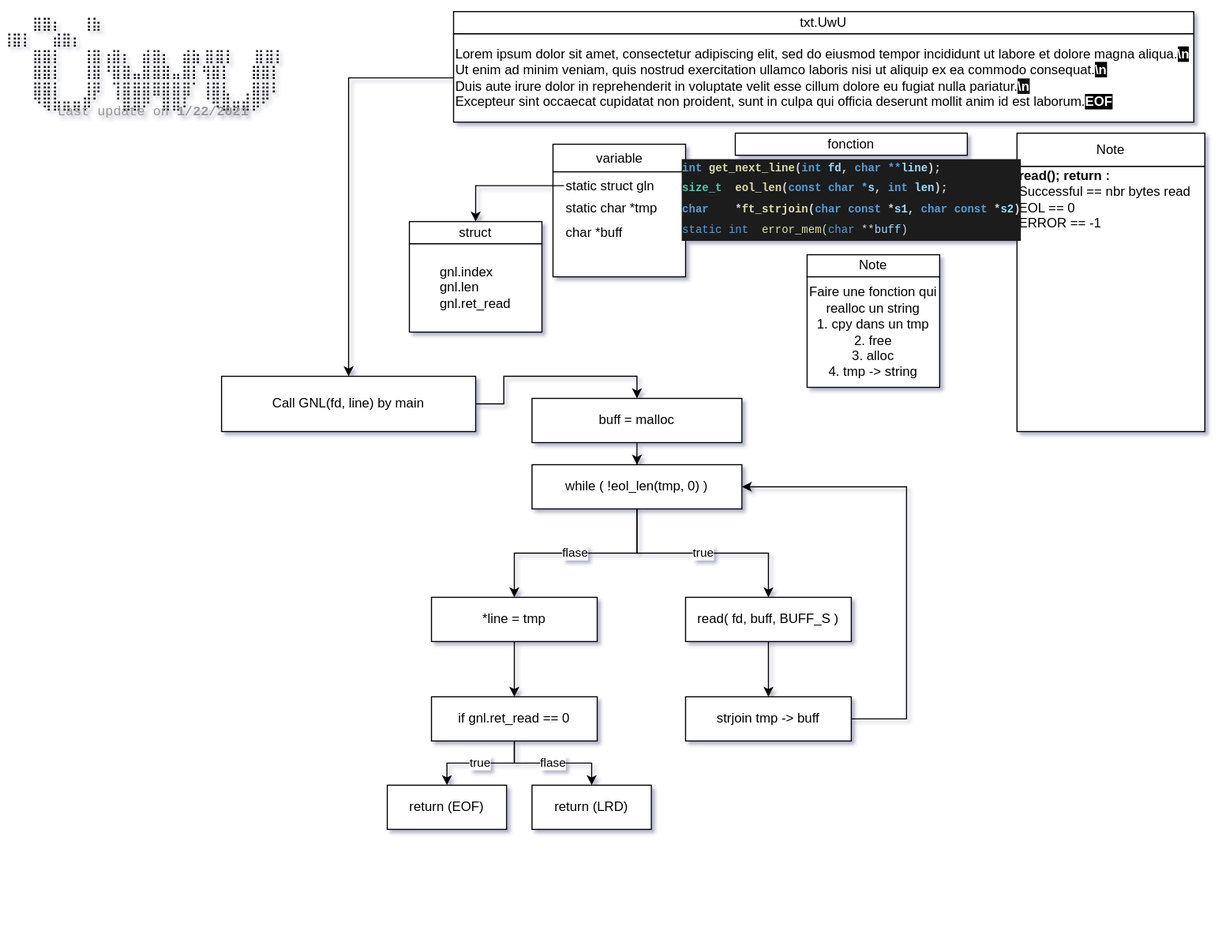
Above: _src/plan.svg in Matthew-Dreemurr/42_get_next_line (draw.io), before the change. Source tidied: cells renumbered, new cells last; positions are measured from the earlier drawing's top-left corner, leaving out a move shared by most shapes.
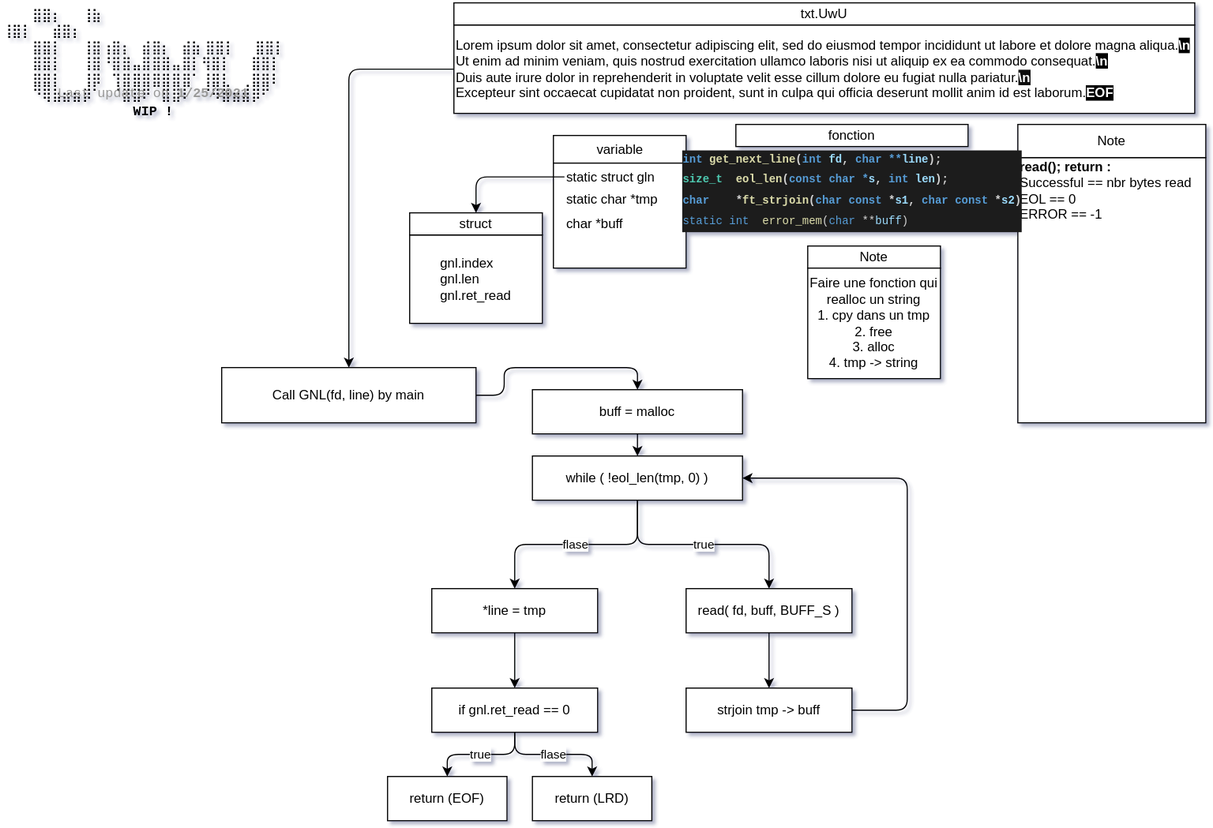
After the change.

Diff of the diagram source:
```diff
@@ -5,13 +5,13 @@
     <mxCell id="2" style="whiteSpace=wrap;html=1;" parent="1" vertex="1">
       <mxGeometry x="500" y="122" width="120" height="25" as="geometry" />
     </mxCell>
-    <mxCell id="3" value="&lt;div style=&quot;text-align: left&quot;&gt;&lt;span&gt;gnl.index&lt;/span&gt;&lt;/div&gt;&lt;div style=&quot;text-align: left&quot;&gt;&lt;span&gt;gnl.&lt;/span&gt;&lt;span&gt;len&lt;/span&gt;&lt;/div&gt;&lt;div style=&quot;text-align: left&quot;&gt;&lt;span&gt;gnl.ret_read&lt;/span&gt;&lt;/div&gt;" style="rounded=0;whiteSpace=wrap;html=1;" parent="1" vertex="1">
+    <mxCell id="3" value="&lt;div style=&quot;text-align: left&quot;&gt;&lt;span&gt;gnl.index&lt;/span&gt;&lt;/div&gt;&lt;div style=&quot;text-align: left&quot;&gt;&lt;span&gt;gnl.&lt;/span&gt;&lt;span&gt;len&lt;/span&gt;&lt;/div&gt;&lt;div style=&quot;text-align: left&quot;&gt;&lt;span&gt;gnl.ret_read&lt;/span&gt;&lt;/div&gt;" style="whiteSpace=wrap;html=1;" parent="1" vertex="1">
       <mxGeometry x="370" y="212" width="120" height="80" as="geometry" />
     </mxCell>
-    <mxCell id="4" value="struct" style="rounded=0;whiteSpace=wrap;html=1;" parent="1" vertex="1">
+    <mxCell id="4" value="struct" style="whiteSpace=wrap;html=1;" parent="1" vertex="1">
       <mxGeometry x="370" y="192" width="120" height="20" as="geometry" />
     </mxCell>
-    <mxCell id="5" style="edgeStyle=orthogonalEdgeStyle;rounded=0;jettySize=auto;html=1;entryX=0.5;entryY=0;entryDx=0;entryDy=0;" parent="1" edge="1" source="6" target="26">
+    <mxCell id="5" style="edgeStyle=orthogonalEdgeStyle;jettySize=auto;html=1;entryX=0.5;entryY=0;entryDx=0;entryDy=0;" parent="1" edge="1" source="6" target="26">
       <mxGeometry relative="1" as="geometry" />
     </mxCell>
     <mxCell id="6" value="Call GNL(fd, line) by main" style="whiteSpace=wrap;html=1;" parent="1" vertex="1">
@@ -23,13 +23,13 @@
     <mxCell id="8" value="variable" style="text;html=1;align=center;verticalAlign=middle;" parent="1" vertex="1">
       <mxGeometry x="530" y="124.5" width="60" height="20" as="geometry" />
     </mxCell>
-    <mxCell id="9" style="edgeStyle=orthogonalEdgeStyle;rounded=0;jettySize=auto;html=1;entryX=0.5;entryY=0;entryDx=0;entryDy=0;" parent="1" edge="1" source="10" target="4">
+    <mxCell id="9" style="edgeStyle=orthogonalEdgeStyle;jettySize=auto;html=1;entryX=0.5;entryY=0;entryDx=0;entryDy=0;" parent="1" edge="1" source="10" target="4">
       <mxGeometry relative="1" as="geometry" />
     </mxCell>
     <mxCell id="10" value="&lt;div&gt;&lt;span&gt;static struct&amp;nbsp;&lt;/span&gt;&lt;span&gt;gln&lt;/span&gt;&lt;/div&gt;" style="text;html=1;align=left;verticalAlign=middle;points=[];" parent="1" vertex="1">
       <mxGeometry x="510" y="149.5" width="100" height="20" as="geometry" />
     </mxCell>
-    <mxCell id="11" style="edgeStyle=orthogonalEdgeStyle;rounded=0;jettySize=auto;html=1;exitX=0;exitY=0.5;exitDx=0;exitDy=0;entryX=0.5;entryY=0;entryDx=0;entryDy=0;" parent="1" edge="1" source="12" target="6">
+    <mxCell id="11" style="edgeStyle=orthogonalEdgeStyle;jettySize=auto;html=1;exitX=0;exitY=0.5;exitDx=0;exitDy=0;entryX=0.5;entryY=0;entryDx=0;entryDy=0;" parent="1" edge="1" source="12" target="6">
       <mxGeometry relative="1" as="geometry">
         <Array as="points">
           <mxPoint x="315" y="62" />
@@ -48,8 +48,8 @@
     <mxCell id="15" value="&lt;div&gt;&lt;span&gt;⠀⠀⠀⣿⣿⡆⠀⠀⢸⣷⠀⠀⠀⠀⠀⠀⠀⠀⠀⠀⠀ ⢸⣿⡇⠀⠀⣾⣿⡆⠀&lt;/span&gt;&lt;br&gt;&lt;/div&gt;&lt;div&gt;⠀⠀⠀⣿⣿⡇⠀⠀⢸⣿⢰⣿⡆⠀⣾⣿⡆⠀⣾⣷ ⣿⣿⡇⠀⠀⣿⣿⡇⠀&lt;/div&gt;&lt;div&gt;⠀⠀⠀⣿⣿⡇⠀⠀⢸⣿⠘⣿⣿⣤⣿⣿⣿⣤⣿⡇⢻⣿⡇⠀⠀⣿⣿⡇⠀&lt;/div&gt;&lt;div&gt;⠀⠀⠀⣿⣿⡇⠀⠀⢸⡿⠀⢹⣿⣿⣿⣿⣿⣿⣿⠁⢸⣿⣇⠀⢀⣿⣿⠇⠀&lt;/div&gt;&lt;div&gt;⠀⠀⠀⠙⢿⣷⣶⣶⡿⠁⠀⠈⣿⣿⠟⠀⣿⣿⠇⠀⠈⠻⣿⣶⣾⡿⠋⠀⠀&lt;/div&gt;" style="text;whiteSpace=wrap;html=1;" parent="1" vertex="1">
       <mxGeometry width="269" height="102" as="geometry" />
     </mxCell>
-    <mxCell id="16" value="&lt;span id=&quot;docs-internal-guid-1e38e52b-7fff-8f5c-a573-f6f7557a37ae&quot;&gt;&lt;span style=&quot;font-size: 9pt ; font-family: &amp;#34;source code pro&amp;#34; , monospace ; color: rgb(153 , 153 , 153) ; background-color: transparent ; vertical-align: baseline&quot;&gt;Last update on &lt;b&gt;1&lt;/b&gt;&lt;/span&gt;&lt;span style=&quot;font-size: 9pt ; font-family: &amp;#34;source code pro&amp;#34; , monospace ; color: rgb(153 , 153 , 153) ; background-color: transparent ; font-weight: 700 ; vertical-align: baseline&quot;&gt;/22/2021&lt;/span&gt;&lt;/span&gt;" style="text;html=1;align=left;verticalAlign=middle;" parent="1" vertex="1">
-      <mxGeometry x="49.5" y="82" width="170" height="20" as="geometry" />
+    <mxCell id="16" value="&lt;span id=&quot;docs-internal-guid-1e38e52b-7fff-8f5c-a573-f6f7557a37ae&quot;&gt;&lt;span style=&quot;font-size: 9pt ; font-family: &amp;#34;source code pro&amp;#34; , monospace ; color: rgb(153 , 153 , 153) ; background-color: transparent ; vertical-align: baseline&quot;&gt;Last update on &lt;b&gt;1&lt;/b&gt;&lt;/span&gt;&lt;span style=&quot;background-color: transparent ; vertical-align: baseline&quot;&gt;&lt;font color=&quot;#999999&quot; face=&quot;source code pro, monospace&quot;&gt;&lt;span style=&quot;font-size: 9pt&quot;&gt;&lt;b&gt;/25/2021&lt;/b&gt;&lt;/span&gt;&lt;/font&gt;&lt;br&gt;&lt;div style=&quot;text-align: center&quot;&gt;&lt;font face=&quot;source code pro, monospace&quot;&gt;&lt;b&gt;WIP !&lt;/b&gt;&lt;/font&gt;&lt;/div&gt;&lt;/span&gt;&lt;/span&gt;" style="text;html=1;align=left;verticalAlign=middle;" parent="1" vertex="1">
+      <mxGeometry x="49.5" y="77" width="170" height="30" as="geometry" />
     </mxCell>
     <mxCell id="17" style="whiteSpace=wrap;html=1;" parent="1" vertex="1">
       <mxGeometry x="920" y="142" width="170" height="240" as="geometry" />
@@ -75,31 +75,31 @@
     <mxCell id="24" value="Faire une fonction qui realloc un string&lt;br&gt;1. cpy dans un tmp&lt;br&gt;2. free&lt;br&gt;3. alloc&lt;br&gt;4. tmp -&amp;gt; string&lt;br&gt;" style="whiteSpace=wrap;html=1;" parent="1" vertex="1">
       <mxGeometry x="730" y="242" width="120" height="100" as="geometry" />
     </mxCell>
-    <mxCell id="25" style="edgeStyle=orthogonalEdgeStyle;rounded=0;jettySize=auto;html=1;entryX=0.5;entryY=0;entryDx=0;entryDy=0;" parent="1" edge="1" source="26" target="29">
+    <mxCell id="25" style="edgeStyle=orthogonalEdgeStyle;jettySize=auto;html=1;entryX=0.5;entryY=0;entryDx=0;entryDy=0;" parent="1" edge="1" source="26" target="29">
       <mxGeometry relative="1" as="geometry" />
     </mxCell>
     <mxCell id="26" value="buff = malloc" style="whiteSpace=wrap;html=1;" parent="1" vertex="1">
       <mxGeometry x="481" y="352" width="190" height="40" as="geometry" />
     </mxCell>
-    <mxCell id="27" value="flase" style="edgeStyle=orthogonalEdgeStyle;rounded=0;jettySize=auto;html=1;entryX=0.5;entryY=0;entryDx=0;entryDy=0;" parent="1" edge="1" source="29" target="31">
+    <mxCell id="27" value="flase" style="edgeStyle=orthogonalEdgeStyle;jettySize=auto;html=1;entryX=0.5;entryY=0;entryDx=0;entryDy=0;" parent="1" edge="1" source="29" target="31">
       <mxGeometry relative="1" as="geometry" />
     </mxCell>
-    <mxCell id="28" value="true" style="edgeStyle=orthogonalEdgeStyle;rounded=0;jettySize=auto;html=1;" parent="1" edge="1" source="29" target="38">
+    <mxCell id="28" value="true" style="edgeStyle=orthogonalEdgeStyle;jettySize=auto;html=1;" parent="1" edge="1" source="29" target="38">
       <mxGeometry relative="1" as="geometry" />
     </mxCell>
     <mxCell id="29" value="while ( !eol_len(tmp, 0) )" style="whiteSpace=wrap;html=1;" parent="1" vertex="1">
       <mxGeometry x="481" y="412" width="190" height="40" as="geometry" />
     </mxCell>
-    <mxCell id="30" style="edgeStyle=orthogonalEdgeStyle;rounded=0;jettySize=auto;html=1;entryX=0.5;entryY=0;entryDx=0;entryDy=0;" parent="1" edge="1" source="31" target="34">
+    <mxCell id="30" style="edgeStyle=orthogonalEdgeStyle;jettySize=auto;html=1;entryX=0.5;entryY=0;entryDx=0;entryDy=0;" parent="1" edge="1" source="31" target="34">
       <mxGeometry relative="1" as="geometry" />
     </mxCell>
     <mxCell id="31" value="*line = tmp" style="whiteSpace=wrap;html=1;" parent="1" vertex="1">
       <mxGeometry x="390" y="532" width="150" height="40" as="geometry" />
     </mxCell>
-    <mxCell id="32" value="true" style="edgeStyle=orthogonalEdgeStyle;rounded=0;jettySize=auto;html=1;exitX=0.5;exitY=1;exitDx=0;exitDy=0;entryX=0.5;entryY=0;entryDx=0;entryDy=0;" parent="1" edge="1" source="34" target="35">
+    <mxCell id="32" value="true" style="edgeStyle=orthogonalEdgeStyle;jettySize=auto;html=1;exitX=0.5;exitY=1;exitDx=0;exitDy=0;entryX=0.5;entryY=0;entryDx=0;entryDy=0;" parent="1" edge="1" source="34" target="35">
       <mxGeometry relative="1" as="geometry" />
     </mxCell>
-    <mxCell id="33" value="flase" style="edgeStyle=orthogonalEdgeStyle;rounded=0;jettySize=auto;html=1;" parent="1" edge="1" source="34" target="36">
+    <mxCell id="33" value="flase" style="edgeStyle=orthogonalEdgeStyle;jettySize=auto;html=1;" parent="1" edge="1" source="34" target="36">
       <mxGeometry relative="1" as="geometry" />
     </mxCell>
     <mxCell id="34" value="if gnl.ret_read == 0" style="whiteSpace=wrap;html=1;" parent="1" vertex="1">
@@ -111,13 +111,13 @@
     <mxCell id="36" value="return (LRD)" style="whiteSpace=wrap;html=1;" parent="1" vertex="1">
       <mxGeometry x="481" y="702" width="108" height="40" as="geometry" />
     </mxCell>
-    <mxCell id="37" style="edgeStyle=orthogonalEdgeStyle;rounded=0;jettySize=auto;html=1;entryX=0.5;entryY=0;entryDx=0;entryDy=0;" parent="1" edge="1" source="38" target="40">
+    <mxCell id="37" style="edgeStyle=orthogonalEdgeStyle;jettySize=auto;html=1;entryX=0.5;entryY=0;entryDx=0;entryDy=0;" parent="1" edge="1" source="38" target="40">
       <mxGeometry relative="1" as="geometry" />
     </mxCell>
     <mxCell id="38" value="read( fd, buff, BUFF_S )" style="whiteSpace=wrap;html=1;" parent="1" vertex="1">
       <mxGeometry x="620" y="532" width="150" height="40" as="geometry" />
     </mxCell>
-    <mxCell id="39" style="edgeStyle=orthogonalEdgeStyle;rounded=0;jettySize=auto;html=1;entryX=1;entryY=0.5;entryDx=0;entryDy=0;" parent="1" edge="1" source="40" target="29">
+    <mxCell id="39" style="edgeStyle=orthogonalEdgeStyle;jettySize=auto;html=1;entryX=1;entryY=0.5;entryDx=0;entryDy=0;" parent="1" edge="1" source="40" target="29">
       <mxGeometry relative="1" as="geometry">
         <Array as="points">
           <mxPoint x="820" y="642" />
```
